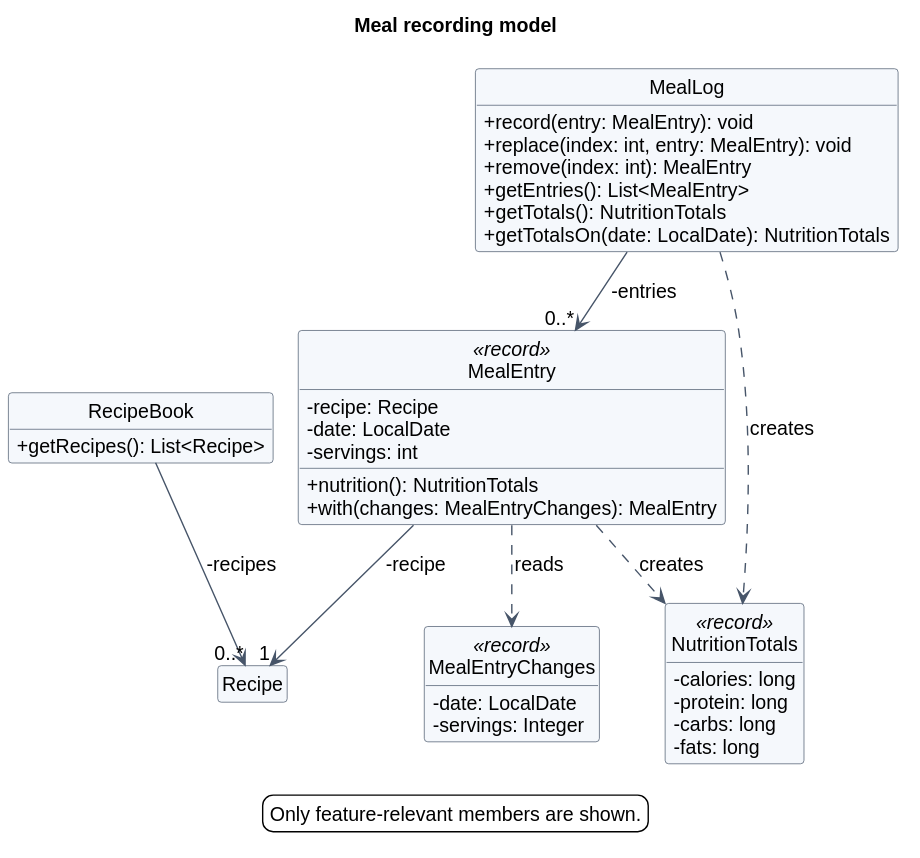
Earlier version of the PlantUML export docs/images/record-meal/model-classes.svg (Rixte/tp). Its diagram source:
```plantuml
@startuml
!pragma layout smetana
!include style.iuml
title Meal recording model
top to bottom direction
skinparam nodesep 35
skinparam ranksep 55
hide empty members

class MealLog {
  + record(entry: MealEntry): void
  + replace(index: int, entry: MealEntry): void
  + remove(index: int): MealEntry
  + getEntries(): List<MealEntry>
  + getTotals(): NutritionTotals
  + getTotalsOn(date: LocalDate): NutritionTotals
}
class MealEntry <<record>> {
  - recipe: Recipe
  - date: LocalDate
  - servings: int
  + nutrition(): NutritionTotals
  + with(changes: MealEntryChanges): MealEntry
}
class MealEntryChanges <<record>> {
  - date: LocalDate
  - servings: Integer
}
class NutritionTotals <<record>> {
  - calories: long
  - protein: long
  - carbs: long
  - fats: long
}
class RecipeBook {
  + getRecipes(): List<Recipe>
}
class Recipe

MealLog --> "0..*" MealEntry : -entries
MealEntry --> "1" Recipe : -recipe
MealEntry ..> MealEntryChanges : reads
MealEntry ..> NutritionTotals : creates
RecipeBook --> "0..*" Recipe : -recipes
MealLog ..> NutritionTotals : creates

legend bottom
  Only feature-relevant members are shown.
endlegend
@enduml
```
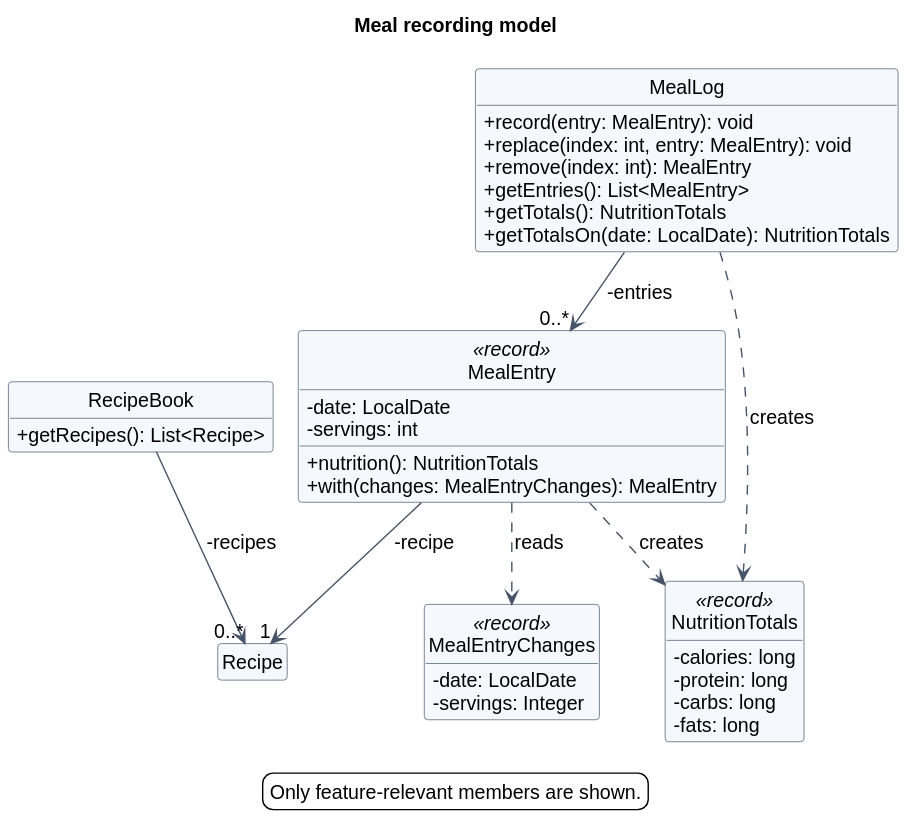
After the commit.

What changed in the source:
```diff
@@ -16,7 +16,6 @@
   + getTotalsOn(date: LocalDate): NutritionTotals
 }
 class MealEntry <<record>> {
-  - recipe: Recipe
   - date: LocalDate
   - servings: int
   + nutrition(): NutritionTotals
```
